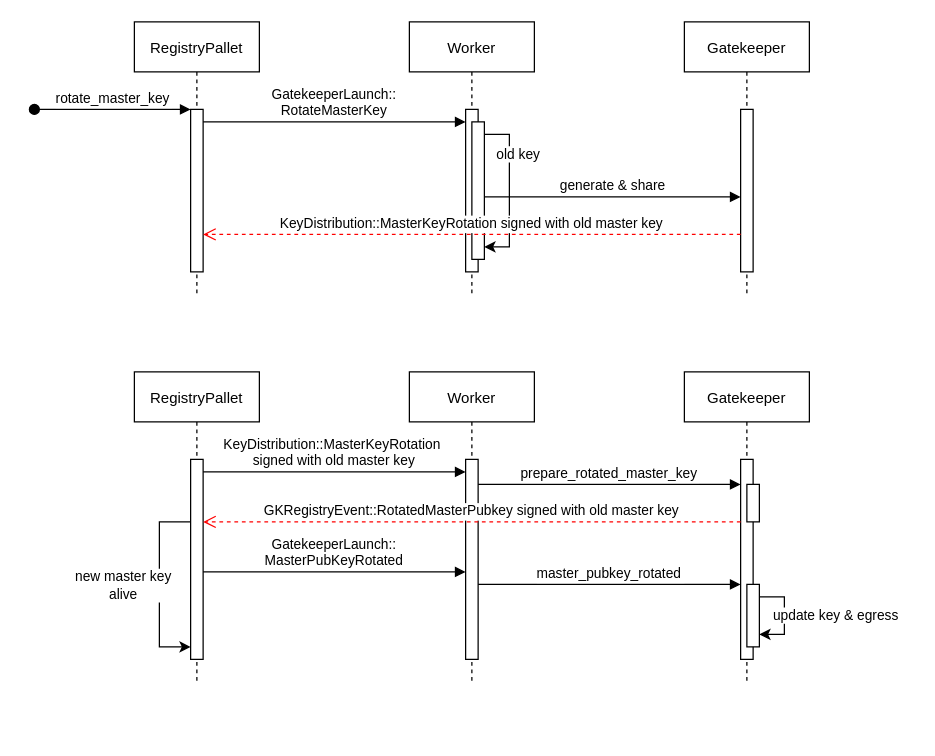
The draw.io diagram page "key rotation" (2 of 2) of master-key-provision.drawio in shelvenzhou/drawio-diagrams, before the edit. Source tidied: cells renumbered, new cells numbered last; positions are measured from the earlier drawing's top-left corner, leaving out a move shared by most shapes. Both pictures are drawn from the tidied source at 125%, with x=0, y=0 at pixel (34, 21).
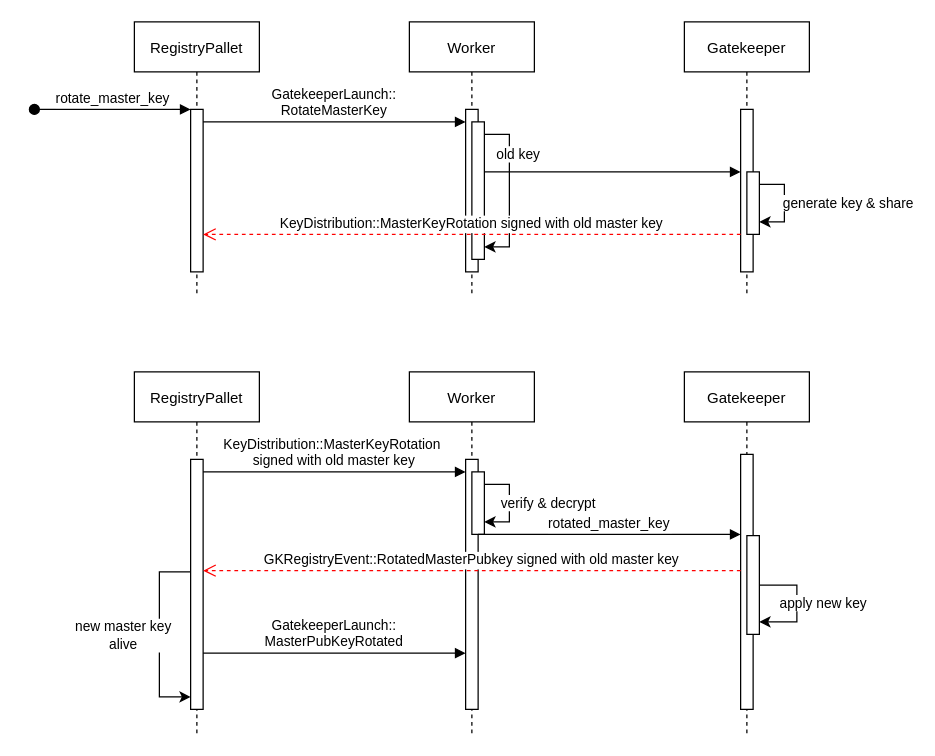
The same diagram, later.

The change refers to these unchanged cells:
```xml
<mxCell id="6" value="Gatekeeper" style="shape=umlLifeline;perimeter=lifelinePerimeter;rounded=0;shadow=0;strokeWidth=1;" parent="1" vertex="1">
  <mxGeometry x="520" width="100" height="220" as="geometry" />
</mxCell>
```

The edit, as a diff of the source:
```diff
@@
+    <mxCell id="32" style="points=[];perimeter=orthogonalPerimeter;rounded=0;shadow=0;strokeWidth=1;" parent="6" vertex="1">
+      <mxGeometry x="50" y="120" width="10" height="50" as="geometry" />
+    </mxCell>
+    <mxCell id="33" style="edgeStyle=orthogonalEdgeStyle;rounded=0;orthogonalLoop=1;jettySize=auto;html=1;" parent="6" edge="1" source="32" target="32">
+      <mxGeometry relative="1" as="geometry">
+        <Array as="points">
+          <mxPoint x="80" y="130" />
+          <mxPoint x="80" y="160" />
+        </Array>
+      </mxGeometry>
+    </mxCell>
+    <mxCell id="34" value="generate key &amp;amp; share" style="edgeLabel;html=1;align=center;verticalAlign=middle;" parent="33" vertex="1">
+      <mxGeometry x="0.01" y="1" relative="1" as="geometry">
+        <mxPoint x="49" y="-1" as="offset" />
+      </mxGeometry>
+    </mxCell>
@@
-    <mxCell id="12" value="generate &amp; share" style="verticalAlign=bottom;endArrow=block;shadow=0;strokeWidth=1;" parent="1" edge="1">
+    <mxCell id="12" style="verticalAlign=bottom;endArrow=block;shadow=0;strokeWidth=1;" parent="1" edge="1">
       <mxGeometry relative="1" as="geometry">
-        <mxPoint x="360" y="140" as="sourcePoint" />
-        <mxPoint x="565" y="140" as="targetPoint" />
+        <mxPoint x="360" y="120" as="sourcePoint" />
+        <mxPoint x="565" y="120" as="targetPoint" />
       </mxGeometry>
     </mxCell>
@@
     <mxCell id="14" value="RegistryPallet" style="shape=umlLifeline;perimeter=lifelinePerimeter;rounded=0;shadow=0;strokeWidth=1;" parent="1" vertex="1">
-      <mxGeometry x="80" y="280" width="100" height="250" as="geometry" />
+      <mxGeometry x="80" y="280" width="100" height="290" as="geometry" />
     </mxCell>
     <mxCell id="15" style="points=[];perimeter=orthogonalPerimeter;rounded=0;shadow=0;strokeWidth=1;" parent="14" vertex="1">
-      <mxGeometry x="45" y="70" width="10" height="160" as="geometry" />
+      <mxGeometry x="45" y="70" width="10" height="200" as="geometry" />
     </mxCell>
     <mxCell id="16" style="edgeStyle=orthogonalEdgeStyle;rounded=0;orthogonalLoop=1;jettySize=auto;html=1;" parent="14" edge="1" source="15" target="15">
       <mxGeometry relative="1" as="geometry">
         <Array as="points">
-          <mxPoint x="20" y="120" />
-          <mxPoint x="20" y="220" />
+          <mxPoint x="20" y="160" />
+          <mxPoint x="20" y="260" />
         </Array>
       </mxGeometry>
     </mxCell>
@@
     <mxCell id="18" value="Worker" style="shape=umlLifeline;perimeter=lifelinePerimeter;rounded=0;shadow=0;strokeWidth=1;" parent="1" vertex="1">
-      <mxGeometry x="300" y="280" width="100" height="250" as="geometry" />
+      <mxGeometry x="300" y="280" width="100" height="290" as="geometry" />
     </mxCell>
     <mxCell id="19" style="points=[];perimeter=orthogonalPerimeter;rounded=0;shadow=0;strokeWidth=1;" parent="18" vertex="1">
-      <mxGeometry x="45" y="70" width="10" height="160" as="geometry" />
+      <mxGeometry x="45" y="70" width="10" height="200" as="geometry" />
     </mxCell>
+    <mxCell id="35" style="points=[];perimeter=orthogonalPerimeter;rounded=0;shadow=0;strokeWidth=1;" parent="18" vertex="1">
+      <mxGeometry x="50" y="80" width="10" height="50" as="geometry" />
+    </mxCell>
+    <mxCell id="36" style="edgeStyle=orthogonalEdgeStyle;rounded=0;orthogonalLoop=1;jettySize=auto;html=1;" parent="18" edge="1" source="35" target="35">
+      <mxGeometry relative="1" as="geometry">
+        <Array as="points">
+          <mxPoint x="80" y="90" />
+          <mxPoint x="80" y="120" />
+        </Array>
+      </mxGeometry>
+    </mxCell>
+    <mxCell id="37" value="verify &amp;amp; decrypt" style="edgeLabel;html=1;align=center;verticalAlign=middle;" parent="36" vertex="1">
+      <mxGeometry x="0.01" y="1" relative="1" as="geometry">
+        <mxPoint x="29" y="-1" as="offset" />
+      </mxGeometry>
+    </mxCell>
     <mxCell id="20" value="Gatekeeper" style="shape=umlLifeline;perimeter=lifelinePerimeter;rounded=0;shadow=0;strokeWidth=1;" parent="1" vertex="1">
-      <mxGeometry x="520" y="280" width="100" height="250" as="geometry" />
+      <mxGeometry x="520" y="280" width="100" height="290" as="geometry" />
     </mxCell>
     <mxCell id="21" style="points=[];perimeter=orthogonalPerimeter;rounded=0;shadow=0;strokeWidth=1;" parent="20" vertex="1">
-      <mxGeometry x="45" y="70" width="10" height="160" as="geometry" />
+      <mxGeometry x="45" y="66" width="10" height="204" as="geometry" />
     </mxCell>
     <mxCell id="22" style="points=[];perimeter=orthogonalPerimeter;rounded=0;shadow=0;strokeWidth=1;" parent="20" vertex="1">
-      <mxGeometry x="50" y="90" width="10" height="30" as="geometry" />
+      <mxGeometry x="50" y="131" width="10" height="79" as="geometry" />
     </mxCell>
-    <mxCell id="23" style="points=[];perimeter=orthogonalPerimeter;rounded=0;shadow=0;strokeWidth=1;" parent="20" vertex="1">
-      <mxGeometry x="50" y="170" width="10" height="50" as="geometry" />
-    </mxCell>
-    <mxCell id="24" style="edgeStyle=orthogonalEdgeStyle;rounded=0;orthogonalLoop=1;jettySize=auto;html=1;" parent="20" edge="1" source="23" target="23">
-      <mxGeometry relative="1" as="geometry">
-        <Array as="points">
-          <mxPoint x="80" y="180" />
-          <mxPoint x="80" y="210" />
-        </Array>
-      </mxGeometry>
-    </mxCell>
-    <mxCell id="25" value="update key &amp;amp; egress" style="edgeLabel;html=1;align=center;verticalAlign=middle;" parent="24" vertex="1">
-      <mxGeometry x="0.01" y="1" relative="1" as="geometry">
-        <mxPoint x="39" y="-1" as="offset" />
-      </mxGeometry>
-    </mxCell>
+    <mxCell id="38" style="edgeStyle=orthogonalEdgeStyle;rounded=0;orthogonalLoop=1;jettySize=auto;html=1;" parent="20" edge="1" source="22" target="22">
+      <mxGeometry relative="1" as="geometry">
+        <Array as="points">
+          <mxPoint x="90" y="170" />
+          <mxPoint x="90" y="200" />
+        </Array>
+      </mxGeometry>
+    </mxCell>
+    <mxCell id="39" value="apply new key" style="edgeLabel;html=1;align=center;verticalAlign=middle;" parent="38" vertex="1">
+      <mxGeometry x="0.01" y="1" relative="1" as="geometry">
+        <mxPoint x="19" y="-1" as="offset" />
+      </mxGeometry>
+    </mxCell>
-    <mxCell id="26" value="prepare_rotated_master_key" style="verticalAlign=bottom;endArrow=block;shadow=0;strokeWidth=1;" parent="1" edge="1" source="19" target="21">
+    <mxCell id="26" value="rotated_master_key" style="verticalAlign=bottom;endArrow=block;shadow=0;strokeWidth=1;" parent="1" edge="1" source="19" target="21">
       <mxGeometry relative="1" as="geometry">
         <Array as="points">
-          <mxPoint x="470" y="370" />
+          <mxPoint x="475" y="410" />
         </Array>
       </mxGeometry>
     </mxCell>
@@
-    <mxCell id="28" value="GKRegistryEvent::RotatedMasterPubkey signed with old master key" style="verticalAlign=bottom;endArrow=open;dashed=1;endSize=8;shadow=0;strokeWidth=1;fillColor=#FF0000;strokeColor=#FF0000;" parent="1" edge="1" source="21" target="15">
+    <mxCell id="28" value="GKRegistryEvent::RotatedMasterPubkey signed with old master key" style="verticalAlign=bottom;endArrow=open;dashed=1;endSize=8;shadow=0;strokeWidth=1;fillColor=#FF0000;strokeColor=#FF0000;" parent="1" edge="1">
       <mxGeometry relative="1" as="geometry">
+        <mxPoint x="565" y="439" as="sourcePoint" />
+        <mxPoint x="135" y="439" as="targetPoint" />
         <Array as="points">
-          <mxPoint x="410" y="400" />
+          <mxPoint x="410" y="439" />
         </Array>
       </mxGeometry>
     </mxCell>
@@
     <mxCell id="30" value="GatekeeperLaunch::&#10;MasterPubKeyRotated" style="verticalAlign=bottom;endArrow=block;shadow=0;strokeWidth=1;" parent="1" edge="1" source="15" target="19">
       <mxGeometry relative="1" as="geometry">
         <Array as="points">
-          <mxPoint x="260" y="440" />
+          <mxPoint x="265" y="505" />
         </Array>
       </mxGeometry>
     </mxCell>
-    <mxCell id="31" value="master_pubkey_rotated" style="verticalAlign=bottom;endArrow=block;shadow=0;strokeWidth=1;" parent="1" edge="1" source="19" target="21">
-      <mxGeometry relative="1" as="geometry">
-        <Array as="points">
-          <mxPoint x="480" y="450" />
-        </Array>
-      </mxGeometry>
-    </mxCell>
```
